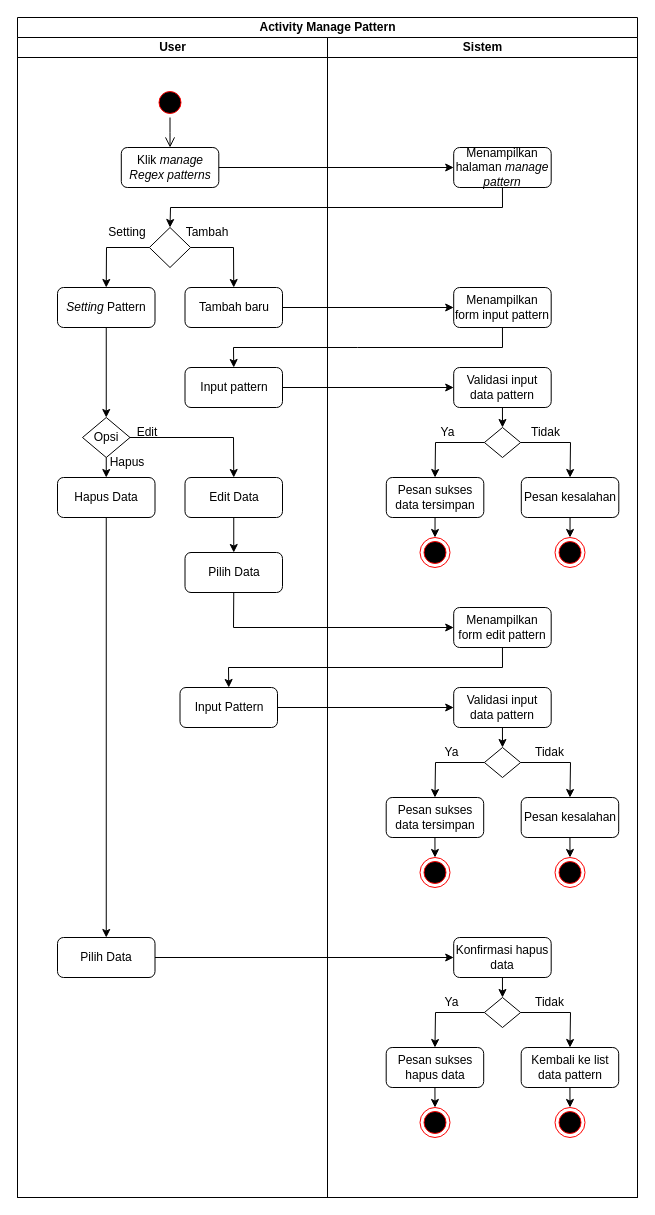
Before: page "Activity Diagram - Manage Pattern" (4 of 8) of Cara Kerja Aplikasi TA.drawio in zelsaddr/All-Diagrams, a draw.io diagram. Source tidied: cells renumbered, new cells numbered last; positions are measured from the earlier drawing's top-left corner, leaving out a move shared by most shapes. Both pictures are drawn from the tidied source at 100%, with x=0, y=0 at pixel (17, 17).
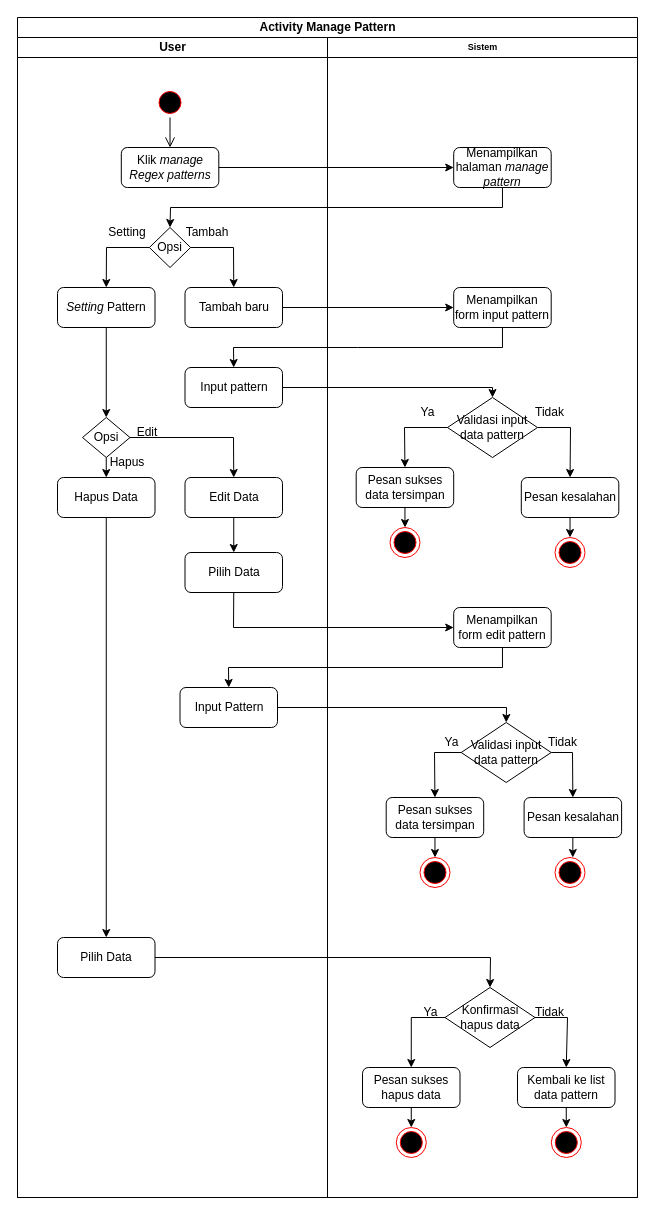
After the change.

Unchanged cells that the change refers to:
```xml
<mxCell id="2" value="Activity Manage Pattern" style="swimlane;startSize=20;html=1;" parent="1" vertex="1">
  <mxGeometry width="620" height="1180" as="geometry" />
</mxCell>
<mxCell id="3" value="User" style="swimlane;startSize=20;html=1;" parent="2" vertex="1">
  <mxGeometry y="20" width="310" height="1160" as="geometry" />
</mxCell>
<mxCell id="8" value="Tambah baru" style="rounded=1;whiteSpace=wrap;html=1;" parent="3" vertex="1">
  <mxGeometry x="167.5" y="250" width="97.5" height="40" as="geometry" />
</mxCell>
<mxCell id="9" value="Input pattern" style="rounded=1;whiteSpace=wrap;html=1;" parent="3" vertex="1">
  <mxGeometry x="167.5" y="330" width="97.5" height="40" as="geometry" />
</mxCell>
<mxCell id="10" value="Klik &lt;i&gt;manage Regex patterns&lt;/i&gt;" style="rounded=1;whiteSpace=wrap;html=1;" parent="3" vertex="1">
  <mxGeometry x="103.8" y="110" width="97.5" height="40" as="geometry" />
</mxCell>
<mxCell id="13" value="Pilih Data" style="rounded=1;whiteSpace=wrap;html=1;" parent="3" vertex="1">
  <mxGeometry x="167.5" y="515" width="97.5" height="40" as="geometry" />
</mxCell>
<mxCell id="20" value="Input Pattern" style="rounded=1;whiteSpace=wrap;html=1;" parent="3" vertex="1">
  <mxGeometry x="162.5" y="650" width="97.5" height="40" as="geometry" />
</mxCell>
<mxCell id="22" value="Pilih Data" style="rounded=1;whiteSpace=wrap;html=1;" parent="3" vertex="1">
  <mxGeometry x="40" y="900" width="97.5" height="40" as="geometry" />
</mxCell>
<mxCell id="29" value="Menampilkan halaman &lt;i&gt;manage pattern&lt;/i&gt;" style="rounded=1;whiteSpace=wrap;html=1;" parent="28" vertex="1">
  <mxGeometry x="126.2" y="110" width="97.5" height="40" as="geometry" />
</mxCell>
<mxCell id="30" value="Menampilkan form input pattern" style="rounded=1;whiteSpace=wrap;html=1;" parent="28" vertex="1">
  <mxGeometry x="126.2" y="250" width="97.5" height="40" as="geometry" />
</mxCell>
<mxCell id="34" value="Pesan kesalahan" style="rounded=1;whiteSpace=wrap;html=1;" parent="28" vertex="1">
  <mxGeometry x="193.8" y="440" width="97.5" height="40" as="geometry" />
</mxCell>
<mxCell id="42" value="Menampilkan form edit pattern" style="rounded=1;whiteSpace=wrap;html=1;" parent="28" vertex="1">
  <mxGeometry x="126.2" y="570" width="97.5" height="40" as="geometry" />
</mxCell>
<mxCell id="45" value="Pesan sukses data tersimpan" style="rounded=1;whiteSpace=wrap;html=1;" parent="28" vertex="1">
  <mxGeometry x="58.7" y="760" width="97.5" height="40" as="geometry" />
</mxCell>
<mxCell id="48" style="ellipse;html=1;shape=endState;fillColor=#000000;strokeColor=#ff0000;" parent="28" vertex="1">
  <mxGeometry x="227.5" y="820" width="30" height="30" as="geometry" />
</mxCell>
```

Change to the diagram source:
```diff
@@
-    <mxCell id="6" style="rhombus;whiteSpace=wrap;html=1;" parent="3" vertex="1">
+    <mxCell id="6" value="Opsi" style="rhombus;whiteSpace=wrap;html=1;" parent="3" vertex="1">
       <mxGeometry x="131.9" y="190" width="41.2" height="40" as="geometry" />
     </mxCell>
@@
+    <mxCell id="71" style="endArrow=classic;html=1;rounded=0;exitX=1;exitY=0.5;exitDx=0;exitDy=0;entryX=0;entryY=0.5;entryDx=0;entryDy=0;" parent="2" edge="1" source="8" target="30">
+      <mxGeometry relative="1" as="geometry" />
+    </mxCell>
+    <mxCell id="72" style="endArrow=classic;html=1;rounded=0;exitX=0.5;exitY=1;exitDx=0;exitDy=0;entryX=0.5;entryY=0;entryDx=0;entryDy=0;" parent="2" edge="1" source="30" target="9">
+      <mxGeometry relative="1" as="geometry">
+        <Array as="points">
+          <mxPoint x="485" y="330" />
+          <mxPoint x="340" y="330" />
+          <mxPoint x="216" y="330" />
+        </Array>
+      </mxGeometry>
+    </mxCell>
+    <mxCell id="73" style="endArrow=classic;html=1;rounded=0;exitX=1;exitY=0.5;exitDx=0;exitDy=0;entryX=0.5;entryY=0;entryDx=0;entryDy=0;" parent="2" edge="1" source="9" target="32">
+      <mxGeometry relative="1" as="geometry">
+        <Array as="points">
+          <mxPoint x="475" y="370" />
+        </Array>
+      </mxGeometry>
+    </mxCell>
+    <mxCell id="74" style="endArrow=classic;html=1;rounded=0;exitX=0.5;exitY=1;exitDx=0;exitDy=0;entryX=0;entryY=0.5;entryDx=0;entryDy=0;" parent="2" edge="1" source="13" target="42">
+      <mxGeometry relative="1" as="geometry">
+        <Array as="points">
+          <mxPoint x="216" y="610" />
+        </Array>
+      </mxGeometry>
+    </mxCell>
+    <mxCell id="75" style="endArrow=classic;html=1;rounded=0;exitX=1;exitY=0.5;exitDx=0;exitDy=0;entryX=0;entryY=0.5;entryDx=0;entryDy=0;" parent="2" edge="1" source="10" target="29">
+      <mxGeometry relative="1" as="geometry" />
+    </mxCell>
+    <mxCell id="76" style="endArrow=classic;html=1;rounded=0;exitX=0.5;exitY=1;exitDx=0;exitDy=0;entryX=0.5;entryY=0;entryDx=0;entryDy=0;" parent="2" edge="1" source="29" target="6">
+      <mxGeometry relative="1" as="geometry">
+        <Array as="points">
+          <mxPoint x="485" y="190" />
+          <mxPoint x="153" y="190" />
+        </Array>
+      </mxGeometry>
+    </mxCell>
+    <mxCell id="77" style="endArrow=classic;html=1;rounded=0;exitX=0.5;exitY=1;exitDx=0;exitDy=0;entryX=0.5;entryY=0;entryDx=0;entryDy=0;" parent="2" edge="1" source="42" target="20">
+      <mxGeometry relative="1" as="geometry">
+        <Array as="points">
+          <mxPoint x="485" y="650" />
+          <mxPoint x="211" y="650" />
+        </Array>
+      </mxGeometry>
+    </mxCell>
+    <mxCell id="78" style="endArrow=classic;html=1;rounded=0;exitX=1;exitY=0.5;exitDx=0;exitDy=0;entryX=0.5;entryY=0;entryDx=0;entryDy=0;" parent="2" edge="1" source="20" target="80">
+      <mxGeometry relative="1" as="geometry">
+        <Array as="points">
+          <mxPoint x="489" y="690" />
+        </Array>
+      </mxGeometry>
+    </mxCell>
+    <mxCell id="79" style="endArrow=classic;html=1;rounded=0;exitX=1;exitY=0.5;exitDx=0;exitDy=0;entryX=0.5;entryY=0;entryDx=0;entryDy=0;" parent="2" edge="1" source="22" target="54">
+      <mxGeometry relative="1" as="geometry">
+        <Array as="points">
+          <mxPoint x="473" y="940" />
+        </Array>
+      </mxGeometry>
+    </mxCell>
-    <mxCell id="28" value="Sistem" style="swimlane;startSize=20;html=1;" parent="2" vertex="1">
+    <mxCell id="28" value="Sistem" style="swimlane;startSize=20;html=1;fontSize=9;" parent="2" vertex="1">
       <mxGeometry x="310" y="20" width="310" height="1160" as="geometry" />
     </mxCell>
@@
-    <mxCell id="31" value="Validasi input data pattern" style="rounded=1;whiteSpace=wrap;html=1;" parent="28" vertex="1">
-      <mxGeometry x="126.2" y="330" width="97.5" height="40" as="geometry" />
-    </mxCell>
-    <mxCell id="32" style="rhombus;whiteSpace=wrap;html=1;" parent="28" vertex="1">
-      <mxGeometry x="156.9" y="390" width="36.2" height="30" as="geometry" />
+    <mxCell id="32" value="Validasi input data pattern" style="rhombus;whiteSpace=wrap;html=1;fontSize=12;" parent="28" vertex="1">
+      <mxGeometry x="120" y="360" width="90" height="60" as="geometry" />
     </mxCell>
     <mxCell id="33" value="Pesan sukses data tersimpan" style="rounded=1;whiteSpace=wrap;html=1;" parent="28" vertex="1">
-      <mxGeometry x="58.8" y="440" width="97.5" height="40" as="geometry" />
+      <mxGeometry x="28.7" y="430" width="97.5" height="40" as="geometry" />
     </mxCell>
@@
     <mxCell id="35" style="ellipse;html=1;shape=endState;fillColor=#000000;strokeColor=#ff0000;" parent="28" vertex="1">
-      <mxGeometry x="92.5" y="500" width="30" height="30" as="geometry" />
+      <mxGeometry x="62.5" y="490" width="30" height="30" as="geometry" />
     </mxCell>
@@
-    <mxCell id="37" style="endArrow=classic;html=1;rounded=0;exitX=0.5;exitY=1;exitDx=0;exitDy=0;entryX=0.5;entryY=0;entryDx=0;entryDy=0;" parent="28" edge="1" source="31" target="32">
-      <mxGeometry relative="1" as="geometry" />
-    </mxCell>
     <mxCell id="38" style="endArrow=classic;html=1;rounded=0;exitX=0;exitY=0.5;exitDx=0;exitDy=0;entryX=0.5;entryY=0;entryDx=0;entryDy=0;" parent="28" edge="1" source="32" target="33">
       <mxGeometry relative="1" as="geometry">
         <Array as="points">
-          <mxPoint x="108" y="405" />
+          <mxPoint x="77" y="390" />
         </Array>
       </mxGeometry>
     </mxCell>
     <mxCell id="39" style="endArrow=classic;html=1;rounded=0;exitX=1;exitY=0.5;exitDx=0;exitDy=0;entryX=0.5;entryY=0;entryDx=0;entryDy=0;" parent="28" edge="1" source="32" target="34">
       <mxGeometry relative="1" as="geometry">
         <Array as="points">
-          <mxPoint x="243" y="405" />
+          <mxPoint x="243" y="390" />
         </Array>
       </mxGeometry>
     </mxCell>
@@
-    <mxCell id="43" value="Validasi input data pattern" style="rounded=1;whiteSpace=wrap;html=1;" parent="28" vertex="1">
-      <mxGeometry x="126.2" y="650" width="97.5" height="40" as="geometry" />
-    </mxCell>
-    <mxCell id="44" style="rhombus;whiteSpace=wrap;html=1;" parent="28" vertex="1">
-      <mxGeometry x="156.9" y="710" width="36.2" height="30" as="geometry" />
-    </mxCell>
@@
     <mxCell id="46" value="Pesan kesalahan" style="rounded=1;whiteSpace=wrap;html=1;" parent="28" vertex="1">
-      <mxGeometry x="193.7" y="760" width="97.5" height="40" as="geometry" />
+      <mxGeometry x="196.6" y="760" width="97.5" height="40" as="geometry" />
     </mxCell>
@@
-    <mxCell id="49" style="endArrow=classic;html=1;rounded=0;exitX=0.5;exitY=1;exitDx=0;exitDy=0;entryX=0.5;entryY=0;entryDx=0;entryDy=0;" parent="28" edge="1" source="43" target="44">
-      <mxGeometry relative="1" as="geometry" />
-    </mxCell>
-    <mxCell id="50" style="endArrow=classic;html=1;rounded=0;exitX=0;exitY=0.5;exitDx=0;exitDy=0;entryX=0.5;entryY=0;entryDx=0;entryDy=0;" parent="28" edge="1" source="44" target="45">
+    <mxCell id="50" style="endArrow=classic;html=1;rounded=0;exitX=0;exitY=0.5;exitDx=0;exitDy=0;entryX=0.5;entryY=0;entryDx=0;entryDy=0;" parent="28" edge="1" source="80" target="45">
       <mxGeometry relative="1" as="geometry">
         <Array as="points">
-          <mxPoint x="108" y="725" />
+          <mxPoint x="107" y="715" />
         </Array>
       </mxGeometry>
     </mxCell>
-    <mxCell id="51" style="endArrow=classic;html=1;rounded=0;exitX=1;exitY=0.5;exitDx=0;exitDy=0;entryX=0.5;entryY=0;entryDx=0;entryDy=0;" parent="28" edge="1" source="44" target="46">
+    <mxCell id="51" style="endArrow=classic;html=1;rounded=0;exitX=1;exitY=0.5;exitDx=0;exitDy=0;entryX=0.5;entryY=0;entryDx=0;entryDy=0;" parent="28" edge="1" source="80" target="46">
       <mxGeometry relative="1" as="geometry">
         <Array as="points">
-          <mxPoint x="243" y="725" />
+          <mxPoint x="245" y="715" />
         </Array>
       </mxGeometry>
     </mxCell>
@@
-    <mxCell id="53" style="endArrow=classic;html=1;rounded=0;exitX=0.5;exitY=1;exitDx=0;exitDy=0;entryX=0.5;entryY=0;entryDx=0;entryDy=0;" parent="28" edge="1" source="46" target="48">
-      <mxGeometry relative="1" as="geometry" />
+    <mxCell id="53" style="endArrow=classic;html=1;rounded=0;exitX=0.5;exitY=1;exitDx=0;exitDy=0;entryX=0.5;entryY=0;entryDx=0;entryDy=0;" parent="28" edge="1" source="46">
+      <mxGeometry relative="1" as="geometry">
+        <mxPoint x="245.3" y="820" as="targetPoint" />
+      </mxGeometry>
     </mxCell>
-    <mxCell id="54" value="Konfirmasi hapus data" style="rounded=1;whiteSpace=wrap;html=1;" parent="28" vertex="1">
-      <mxGeometry x="126.2" y="900" width="97.5" height="40" as="geometry" />
-    </mxCell>
-    <mxCell id="55" style="rhombus;whiteSpace=wrap;html=1;" parent="28" vertex="1">
-      <mxGeometry x="156.9" y="960" width="36.2" height="30" as="geometry" />
-    </mxCell>
     <mxCell id="56" value="Pesan sukses hapus data" style="rounded=1;whiteSpace=wrap;html=1;" parent="28" vertex="1">
-      <mxGeometry x="58.7" y="1010" width="97.5" height="40" as="geometry" />
+      <mxGeometry x="35" y="1030" width="97.5" height="40" as="geometry" />
     </mxCell>
     <mxCell id="57" value="Kembali ke list data pattern" style="rounded=1;whiteSpace=wrap;html=1;" parent="28" vertex="1">
-      <mxGeometry x="193.7" y="1010" width="97.5" height="40" as="geometry" />
+      <mxGeometry x="190" y="1030" width="97.5" height="40" as="geometry" />
     </mxCell>
     <mxCell id="58" style="ellipse;html=1;shape=endState;fillColor=#000000;strokeColor=#ff0000;" parent="28" vertex="1">
-      <mxGeometry x="92.5" y="1070" width="30" height="30" as="geometry" />
+      <mxGeometry x="68.8" y="1090" width="30" height="30" as="geometry" />
     </mxCell>
     <mxCell id="59" style="ellipse;html=1;shape=endState;fillColor=#000000;strokeColor=#ff0000;" parent="28" vertex="1">
-      <mxGeometry x="227.5" y="1070" width="30" height="30" as="geometry" />
+      <mxGeometry x="223.8" y="1090" width="30" height="30" as="geometry" />
     </mxCell>
-    <mxCell id="60" style="endArrow=classic;html=1;rounded=0;exitX=0.5;exitY=1;exitDx=0;exitDy=0;entryX=0.5;entryY=0;entryDx=0;entryDy=0;" parent="28" edge="1" source="54" target="55">
-      <mxGeometry relative="1" as="geometry" />
-    </mxCell>
-    <mxCell id="61" style="endArrow=classic;html=1;rounded=0;exitX=0;exitY=0.5;exitDx=0;exitDy=0;entryX=0.5;entryY=0;entryDx=0;entryDy=0;" parent="28" edge="1" source="55" target="56">
+    <mxCell id="61" style="endArrow=classic;html=1;rounded=0;exitX=0;exitY=0.5;exitDx=0;exitDy=0;entryX=0.5;entryY=0;entryDx=0;entryDy=0;" parent="28" edge="1" source="54" target="56">
       <mxGeometry relative="1" as="geometry">
         <Array as="points">
-          <mxPoint x="108" y="975" />
+          <mxPoint x="83.8" y="980" />
         </Array>
       </mxGeometry>
     </mxCell>
-    <mxCell id="62" style="endArrow=classic;html=1;rounded=0;exitX=1;exitY=0.5;exitDx=0;exitDy=0;entryX=0.5;entryY=0;entryDx=0;entryDy=0;" parent="28" edge="1" source="55" target="57">
+    <mxCell id="62" style="endArrow=classic;html=1;rounded=0;exitX=1;exitY=0.5;exitDx=0;exitDy=0;entryX=0.5;entryY=0;entryDx=0;entryDy=0;" parent="28" edge="1" source="54" target="57">
       <mxGeometry relative="1" as="geometry">
         <Array as="points">
-          <mxPoint x="243" y="975" />
+          <mxPoint x="240" y="980" />
         </Array>
       </mxGeometry>
     </mxCell>
@@
     <mxCell id="65" value="Tidak" style="text;html=1;align=center;verticalAlign=middle;strokeColor=none;fillColor=none;" parent="28" vertex="1">
-      <mxGeometry x="193.1" y="380" width="50" height="30" as="geometry" />
+      <mxGeometry x="196.6" y="360" width="50" height="30" as="geometry" />
     </mxCell>
     <mxCell id="66" value="Ya" style="text;html=1;align=center;verticalAlign=middle;strokeColor=none;fillColor=none;" parent="28" vertex="1">
-      <mxGeometry x="100" y="380" width="40" height="30" as="geometry" />
+      <mxGeometry x="80" y="360" width="40" height="30" as="geometry" />
     </mxCell>
     <mxCell id="67" value="Tidak" style="text;html=1;align=center;verticalAlign=middle;strokeColor=none;fillColor=none;" parent="28" vertex="1">
-      <mxGeometry x="196.6" y="700" width="50" height="30" as="geometry" />
+      <mxGeometry x="210" y="690" width="50" height="30" as="geometry" />
     </mxCell>
     <mxCell id="68" value="Ya" style="text;html=1;align=center;verticalAlign=middle;strokeColor=none;fillColor=none;" parent="28" vertex="1">
-      <mxGeometry x="103.5" y="700" width="40" height="30" as="geometry" />
+      <mxGeometry x="103.5" y="690" width="40" height="30" as="geometry" />
     </mxCell>
     <mxCell id="69" value="Tidak" style="text;html=1;align=center;verticalAlign=middle;strokeColor=none;fillColor=none;" parent="28" vertex="1">
-      <mxGeometry x="196.6" y="950" width="50" height="30" as="geometry" />
+      <mxGeometry x="196.6" y="960" width="50" height="30" as="geometry" />
     </mxCell>
     <mxCell id="70" value="Ya" style="text;html=1;align=center;verticalAlign=middle;strokeColor=none;fillColor=none;" parent="28" vertex="1">
-      <mxGeometry x="103.5" y="950" width="40" height="30" as="geometry" />
+      <mxGeometry x="82.5" y="960" width="40" height="30" as="geometry" />
     </mxCell>
-    <mxCell id="71" style="endArrow=classic;html=1;rounded=0;exitX=1;exitY=0.5;exitDx=0;exitDy=0;entryX=0;entryY=0.5;entryDx=0;entryDy=0;" parent="2" edge="1" source="8" target="30">
-      <mxGeometry relative="1" as="geometry" />
-    </mxCell>
-    <mxCell id="72" style="endArrow=classic;html=1;rounded=0;exitX=0.5;exitY=1;exitDx=0;exitDy=0;entryX=0.5;entryY=0;entryDx=0;entryDy=0;" parent="2" edge="1" source="30" target="9">
-      <mxGeometry relative="1" as="geometry">
-        <Array as="points">
-          <mxPoint x="485" y="330" />
-          <mxPoint x="340" y="330" />
-          <mxPoint x="216" y="330" />
-        </Array>
-      </mxGeometry>
-    </mxCell>
-    <mxCell id="73" style="endArrow=classic;html=1;rounded=0;exitX=1;exitY=0.5;exitDx=0;exitDy=0;entryX=0;entryY=0.5;entryDx=0;entryDy=0;" parent="2" edge="1" source="9" target="31">
-      <mxGeometry relative="1" as="geometry" />
-    </mxCell>
-    <mxCell id="74" style="endArrow=classic;html=1;rounded=0;exitX=0.5;exitY=1;exitDx=0;exitDy=0;entryX=0;entryY=0.5;entryDx=0;entryDy=0;" parent="2" edge="1" source="13" target="42">
-      <mxGeometry relative="1" as="geometry">
-        <Array as="points">
-          <mxPoint x="216" y="610" />
-        </Array>
-      </mxGeometry>
-    </mxCell>
-    <mxCell id="75" style="endArrow=classic;html=1;rounded=0;exitX=1;exitY=0.5;exitDx=0;exitDy=0;entryX=0;entryY=0.5;entryDx=0;entryDy=0;" parent="2" edge="1" source="10" target="29">
-      <mxGeometry relative="1" as="geometry" />
-    </mxCell>
-    <mxCell id="76" style="endArrow=classic;html=1;rounded=0;exitX=0.5;exitY=1;exitDx=0;exitDy=0;entryX=0.5;entryY=0;entryDx=0;entryDy=0;" parent="2" edge="1" source="29" target="6">
-      <mxGeometry relative="1" as="geometry">
-        <Array as="points">
-          <mxPoint x="485" y="190" />
-          <mxPoint x="153" y="190" />
-        </Array>
-      </mxGeometry>
-    </mxCell>
-    <mxCell id="77" style="endArrow=classic;html=1;rounded=0;exitX=0.5;exitY=1;exitDx=0;exitDy=0;entryX=0.5;entryY=0;entryDx=0;entryDy=0;" parent="2" edge="1" source="42" target="20">
-      <mxGeometry relative="1" as="geometry">
-        <Array as="points">
-          <mxPoint x="485" y="650" />
-          <mxPoint x="211" y="650" />
-        </Array>
-      </mxGeometry>
-    </mxCell>
-    <mxCell id="78" style="endArrow=classic;html=1;rounded=0;exitX=1;exitY=0.5;exitDx=0;exitDy=0;entryX=0;entryY=0.5;entryDx=0;entryDy=0;" parent="2" edge="1" source="20" target="43">
-      <mxGeometry relative="1" as="geometry" />
-    </mxCell>
-    <mxCell id="79" style="endArrow=classic;html=1;rounded=0;exitX=1;exitY=0.5;exitDx=0;exitDy=0;entryX=0;entryY=0.5;entryDx=0;entryDy=0;" parent="2" edge="1" source="22" target="54">
-      <mxGeometry relative="1" as="geometry" />
-    </mxCell>
+    <mxCell id="80" value="Validasi input data pattern" style="rhombus;whiteSpace=wrap;html=1;fontSize=12;" parent="28" vertex="1">
+      <mxGeometry x="133.7" y="685" width="90" height="60" as="geometry" />
+    </mxCell>
+    <mxCell id="54" value="Konfirmasi hapus data" style="rhombus;whiteSpace=wrap;html=1;fontSize=12;" parent="28" vertex="1">
+      <mxGeometry x="117.5" y="950" width="90" height="60" as="geometry" />
+    </mxCell>
```
